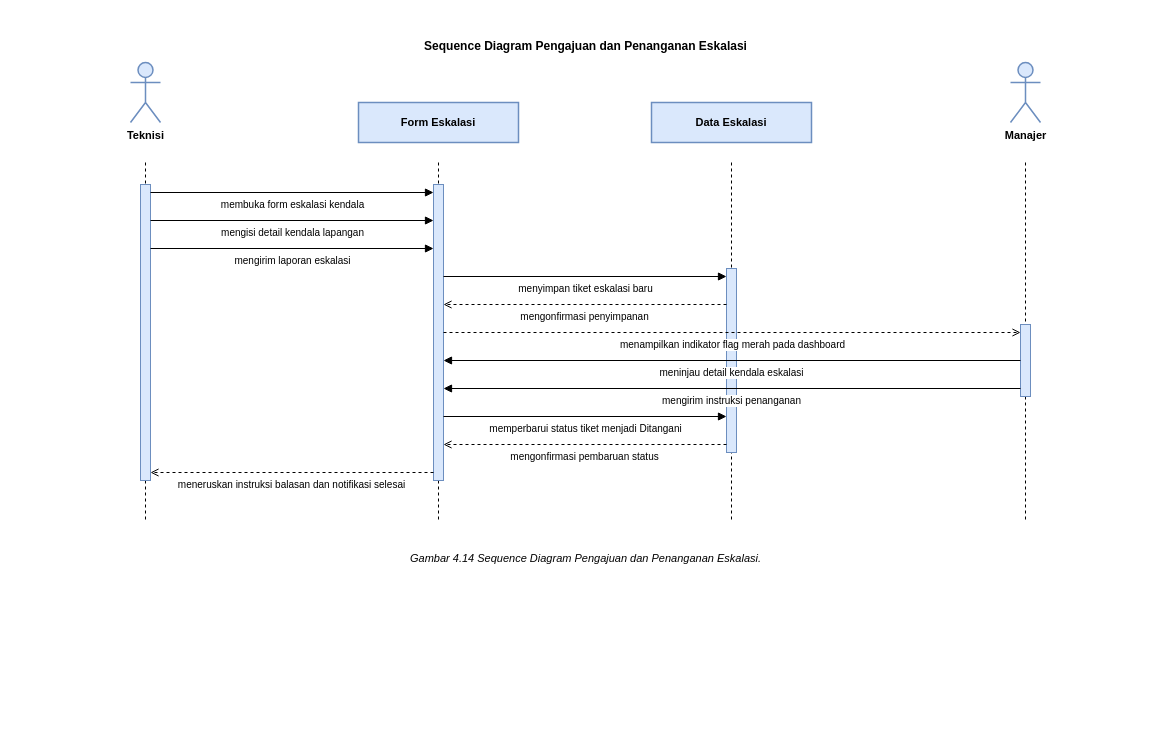
Before: diagram/ai/Sequence/SD_ESKALASI.drawio in evelleura/shi-dashboard, a draw.io diagram. Source tidied: cells renumbered, new cells numbered last; positions are measured from the earlier drawing's top-left corner, leaving out a move shared by most shapes. Both pictures are drawn from the tidied source at 100%, with x=0, y=0 at pixel (25, 32).
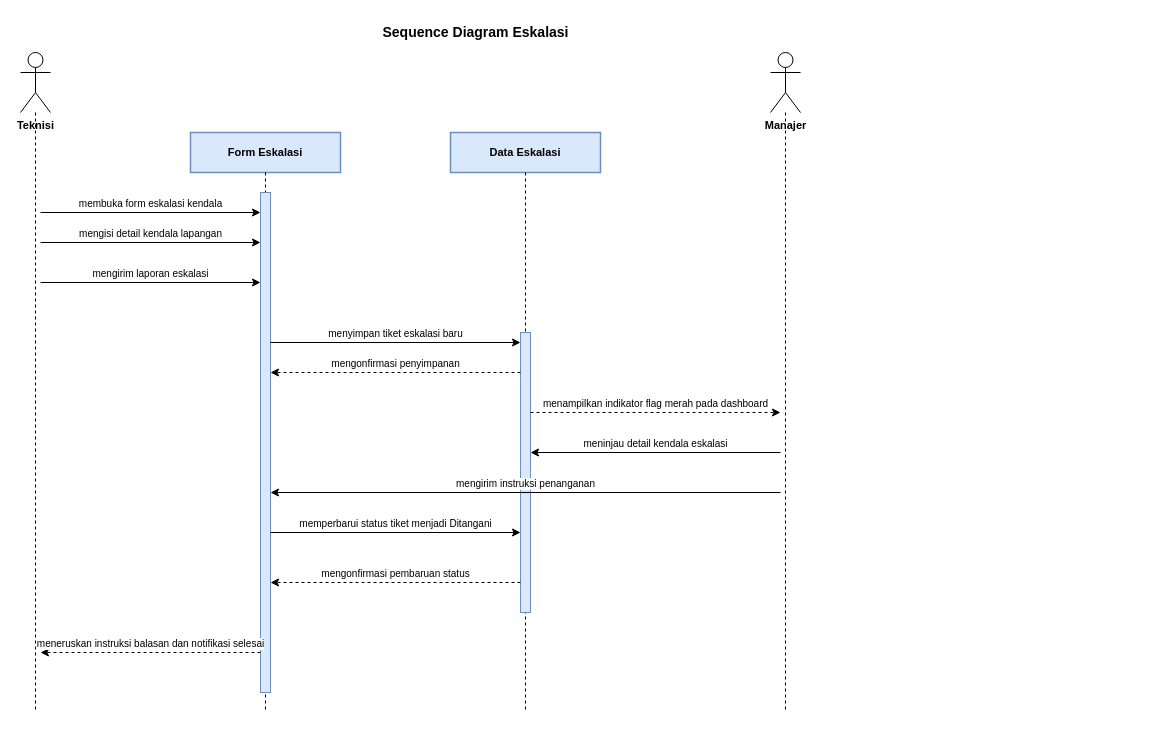
Above is the later version.

The edit, as a diff of the source:
```diff
@@
-    <mxCell id="2" value="Sequence Diagram Pengajuan dan Penanganan Eskalasi" style="text;html=1;align=center;fontSize=12;fontStyle=1;fontColor=#000000;" parent="1" vertex="1">
-      <mxGeometry width="1120" height="20" as="geometry" />
-    </mxCell>
-    <mxCell id="3" value="Teknisi" style="shape=umlActor;verticalLabelPosition=bottom;verticalAlign=top;html=1;fillColor=#DAE8FC;strokeColor=#6C8EBF;strokeWidth=1.5;fontSize=11;fontColor=#000000;fontStyle=1;" parent="1" vertex="1">
-      <mxGeometry x="105" y="30" width="30" height="60" as="geometry" />
+    <mxCell id="3" value="Teknisi" style="shape=umlActor;verticalLabelPosition=bottom;labelPosition=center;verticalAlign=top;html=1;fontSize=11;fontStyle=1;fillColor=#FFFFFF;strokeColor=#000000;" parent="1" vertex="1">
+      <mxGeometry x="-5" y="20" width="30" height="60" as="geometry" />
     </mxCell>
-    <mxCell id="4" style="endArrow=none;html=1;rounded=0;dashed=1;strokeColor=#000000;strokeWidth=1;" parent="1" edge="1">
-      <mxGeometry relative="1" as="geometry">
-        <mxPoint x="120" y="130" as="sourcePoint" />
-        <mxPoint x="120" y="488" as="targetPoint" />
-      </mxGeometry>
-    </mxCell>
-    <mxCell id="5" value="Form Eskalasi" style="rounded=0;whiteSpace=wrap;html=1;fillColor=#DAE8FC;strokeColor=#6C8EBF;strokeWidth=1.5;fontSize=11;fontColor=#000000;fontStyle=1;" parent="1" vertex="1">
-      <mxGeometry x="333" y="70" width="160" height="40" as="geometry" />
+    <mxCell id="5" value="Form Eskalasi" style="rounded=0;whiteSpace=wrap;html=1;fontSize=11;fontStyle=1;fillColor=#DAE8FC;strokeColor=#6C8EBF;strokeWidth=1.5;" parent="1" vertex="1">
+      <mxGeometry x="165" y="100" width="150" height="40" as="geometry" />
     </mxCell>
-    <mxCell id="6" style="endArrow=none;html=1;rounded=0;dashed=1;strokeColor=#000000;strokeWidth=1;" parent="1" edge="1">
-      <mxGeometry relative="1" as="geometry">
-        <mxPoint x="413" y="130" as="sourcePoint" />
-        <mxPoint x="413" y="488" as="targetPoint" />
-      </mxGeometry>
-    </mxCell>
-    <mxCell id="7" value="Data Eskalasi" style="rounded=0;whiteSpace=wrap;html=1;fillColor=#DAE8FC;strokeColor=#6C8EBF;strokeWidth=1.5;fontSize=11;fontColor=#000000;fontStyle=1;" parent="1" vertex="1">
-      <mxGeometry x="626" y="70" width="160" height="40" as="geometry" />
+    <mxCell id="7" value="Data Eskalasi" style="rounded=0;whiteSpace=wrap;html=1;fontSize=11;fontStyle=1;fillColor=#DAE8FC;strokeColor=#6C8EBF;strokeWidth=1.5;" parent="1" vertex="1">
+      <mxGeometry x="425" y="100" width="150" height="40" as="geometry" />
     </mxCell>
-    <mxCell id="8" style="endArrow=none;html=1;rounded=0;dashed=1;strokeColor=#000000;strokeWidth=1;" parent="1" edge="1">
-      <mxGeometry relative="1" as="geometry">
-        <mxPoint x="706" y="130" as="sourcePoint" />
-        <mxPoint x="706" y="488" as="targetPoint" />
-      </mxGeometry>
-    </mxCell>
-    <mxCell id="9" value="Manajer" style="shape=umlActor;verticalLabelPosition=bottom;verticalAlign=top;html=1;fillColor=#DAE8FC;strokeColor=#6C8EBF;strokeWidth=1.5;fontSize=11;fontColor=#000000;fontStyle=1;" parent="1" vertex="1">
-      <mxGeometry x="985" y="30" width="30" height="60" as="geometry" />
+    <mxCell id="9" value="Manajer" style="shape=umlActor;verticalLabelPosition=bottom;labelPosition=center;verticalAlign=top;html=1;fontSize=11;fontStyle=1;fillColor=#FFFFFF;strokeColor=#000000;" parent="1" vertex="1">
+      <mxGeometry x="745" y="20" width="30" height="60" as="geometry" />
     </mxCell>
-    <mxCell id="10" style="endArrow=none;html=1;rounded=0;dashed=1;strokeColor=#000000;strokeWidth=1;" parent="1" edge="1">
-      <mxGeometry relative="1" as="geometry">
-        <mxPoint x="1000" y="130" as="sourcePoint" />
-        <mxPoint x="1000" y="488" as="targetPoint" />
-      </mxGeometry>
-    </mxCell>
-    <mxCell id="11" style="rounded=0;whiteSpace=wrap;html=1;fillColor=#DAE8FC;strokeColor=#6C8EBF;strokeWidth=1;" parent="1" vertex="1">
-      <mxGeometry x="115" y="152" width="10" height="296" as="geometry" />
-    </mxCell>
-    <mxCell id="12" style="rounded=0;whiteSpace=wrap;html=1;fillColor=#DAE8FC;strokeColor=#6C8EBF;strokeWidth=1;" parent="1" vertex="1">
-      <mxGeometry x="408" y="152" width="10" height="296" as="geometry" />
-    </mxCell>
-    <mxCell id="13" style="rounded=0;whiteSpace=wrap;html=1;fillColor=#DAE8FC;strokeColor=#6C8EBF;strokeWidth=1;" parent="1" vertex="1">
-      <mxGeometry x="701" y="236" width="10" height="184" as="geometry" />
-    </mxCell>
-    <mxCell id="14" style="rounded=0;whiteSpace=wrap;html=1;fillColor=#DAE8FC;strokeColor=#6C8EBF;strokeWidth=1;" parent="1" vertex="1">
-      <mxGeometry x="995" y="292" width="10" height="72" as="geometry" />
-    </mxCell>
+    <mxCell id="27" style="endArrow=none;dashed=1;strokeColor=#000000;strokeWidth=1;html=1;" parent="1" edge="1">
+      <mxGeometry relative="1" as="geometry">
+        <mxPoint x="10" y="80" as="sourcePoint" />
+        <mxPoint x="10" y="680" as="targetPoint" />
+      </mxGeometry>
+    </mxCell>
+    <mxCell id="28" style="endArrow=none;dashed=1;strokeColor=#000000;strokeWidth=1;html=1;" parent="1" edge="1">
+      <mxGeometry relative="1" as="geometry">
+        <mxPoint x="240" y="140" as="sourcePoint" />
+        <mxPoint x="240" y="680" as="targetPoint" />
+      </mxGeometry>
+    </mxCell>
+    <mxCell id="29" style="endArrow=none;dashed=1;strokeColor=#000000;strokeWidth=1;html=1;" parent="1" edge="1">
+      <mxGeometry relative="1" as="geometry">
+        <mxPoint x="500" y="140" as="sourcePoint" />
+        <mxPoint x="500" y="680" as="targetPoint" />
+      </mxGeometry>
+    </mxCell>
+    <mxCell id="30" style="endArrow=none;dashed=1;strokeColor=#000000;strokeWidth=1;html=1;" parent="1" edge="1">
+      <mxGeometry relative="1" as="geometry">
+        <mxPoint x="760" y="80" as="sourcePoint" />
+        <mxPoint x="760" y="680" as="targetPoint" />
+      </mxGeometry>
+    </mxCell>
+    <mxCell id="31" style="rounded=0;whiteSpace=wrap;html=1;fillColor=#DAE8FC;strokeColor=#6C8EBF;strokeWidth=1;" parent="1" vertex="1">
+      <mxGeometry x="235" y="160" width="10" height="500" as="geometry" />
+    </mxCell>
+    <mxCell id="32" style="rounded=0;whiteSpace=wrap;html=1;fillColor=#DAE8FC;strokeColor=#6C8EBF;strokeWidth=1;" parent="1" vertex="1">
+      <mxGeometry x="495" y="300" width="10" height="280" as="geometry" />
+    </mxCell>
-    <mxCell id="15" value="membuka form eskalasi kendala" style="endArrow=block;endFill=1;html=1;rounded=0;strokeColor=#000000;strokeWidth=1;fontSize=10;fontColor=#000000;align=center;verticalAlign=top;" parent="1" edge="1">
+    <mxCell id="15" value="membuka form eskalasi kendala" style="html=1;endArrow=classic;endFill=1;strokeColor=#000000;strokeWidth=1;fontSize=10;align=center;verticalAlign=bottom;" parent="1" edge="1">
       <mxGeometry relative="1" as="geometry">
-        <mxPoint x="125" y="160" as="sourcePoint" />
-        <mxPoint x="408" y="160" as="targetPoint" />
+        <mxPoint x="15" y="180" as="sourcePoint" />
+        <mxPoint x="235" y="180" as="targetPoint" />
       </mxGeometry>
     </mxCell>
-    <mxCell id="16" value="mengisi detail kendala lapangan" style="endArrow=block;endFill=1;html=1;rounded=0;strokeColor=#000000;strokeWidth=1;fontSize=10;fontColor=#000000;align=center;verticalAlign=top;" parent="1" edge="1">
+    <mxCell id="16" value="mengisi detail kendala lapangan" style="html=1;endArrow=classic;endFill=1;strokeColor=#000000;strokeWidth=1;fontSize=10;align=center;verticalAlign=bottom;" parent="1" edge="1">
       <mxGeometry relative="1" as="geometry">
-        <mxPoint x="125" y="188" as="sourcePoint" />
-        <mxPoint x="408" y="188" as="targetPoint" />
+        <mxPoint x="15" y="210" as="sourcePoint" />
+        <mxPoint x="235" y="210" as="targetPoint" />
       </mxGeometry>
     </mxCell>
-    <mxCell id="17" value="mengirim laporan eskalasi" style="endArrow=block;endFill=1;html=1;rounded=0;strokeColor=#000000;strokeWidth=1;fontSize=10;fontColor=#000000;align=center;verticalAlign=top;" parent="1" edge="1">
+    <mxCell id="17" value="mengirim laporan eskalasi" style="html=1;endArrow=classic;endFill=1;strokeColor=#000000;strokeWidth=1;fontSize=10;align=center;verticalAlign=bottom;" parent="1" edge="1">
       <mxGeometry relative="1" as="geometry">
-        <mxPoint x="125" y="216" as="sourcePoint" />
-        <mxPoint x="408" y="216" as="targetPoint" />
+        <mxPoint x="15" y="250" as="sourcePoint" />
+        <mxPoint x="235" y="250" as="targetPoint" />
       </mxGeometry>
     </mxCell>
-    <mxCell id="18" value="menyimpan tiket eskalasi baru" style="endArrow=block;endFill=1;html=1;rounded=0;strokeColor=#000000;strokeWidth=1;fontSize=10;fontColor=#000000;align=center;verticalAlign=top;" parent="1" edge="1">
+    <mxCell id="18" value="menyimpan tiket eskalasi baru" style="html=1;endArrow=classic;endFill=1;strokeColor=#000000;strokeWidth=1;fontSize=10;align=center;verticalAlign=bottom;" parent="1" edge="1">
       <mxGeometry relative="1" as="geometry">
-        <mxPoint x="418" y="244" as="sourcePoint" />
-        <mxPoint x="701" y="244" as="targetPoint" />
+        <mxPoint x="245" y="310" as="sourcePoint" />
+        <mxPoint x="495" y="310" as="targetPoint" />
       </mxGeometry>
     </mxCell>
-    <mxCell id="19" value="mengonfirmasi penyimpanan" style="endArrow=open;endFill=0;html=1;rounded=0;dashed=1;strokeColor=#000000;strokeWidth=1;fontSize=10;fontColor=#000000;align=center;verticalAlign=top;" parent="1" edge="1">
+    <mxCell id="19" value="mengonfirmasi penyimpanan" style="html=1;endArrow=classic;endFill=1;strokeColor=#000000;strokeWidth=1;dashed=1;fontSize=10;align=center;verticalAlign=bottom;" parent="1" edge="1">
       <mxGeometry relative="1" as="geometry">
-        <mxPoint x="701" y="272" as="sourcePoint" />
-        <mxPoint x="418" y="272" as="targetPoint" />
+        <mxPoint x="495" y="340" as="sourcePoint" />
+        <mxPoint x="245" y="340" as="targetPoint" />
       </mxGeometry>
     </mxCell>
-    <mxCell id="20" value="menampilkan indikator flag merah pada dashboard" style="endArrow=open;endFill=0;html=1;rounded=0;dashed=1;strokeColor=#000000;strokeWidth=1;fontSize=10;fontColor=#000000;align=center;verticalAlign=top;" parent="1" edge="1">
+    <mxCell id="20" value="menampilkan indikator flag merah pada dashboard" style="html=1;endArrow=classic;endFill=1;strokeColor=#000000;strokeWidth=1;dashed=1;fontSize=10;align=center;verticalAlign=bottom;" parent="1" edge="1">
       <mxGeometry relative="1" as="geometry">
-        <mxPoint x="418" y="300" as="sourcePoint" />
-        <mxPoint x="995" y="300" as="targetPoint" />
+        <mxPoint x="505" y="380" as="sourcePoint" />
+        <mxPoint x="755" y="380" as="targetPoint" />
       </mxGeometry>
     </mxCell>
-    <mxCell id="21" value="meninjau detail kendala eskalasi" style="endArrow=block;endFill=1;html=1;rounded=0;strokeColor=#000000;strokeWidth=1;fontSize=10;fontColor=#000000;align=center;verticalAlign=top;" parent="1" edge="1">
+    <mxCell id="21" value="meninjau detail kendala eskalasi" style="html=1;endArrow=classic;endFill=1;strokeColor=#000000;strokeWidth=1;fontSize=10;align=center;verticalAlign=bottom;" parent="1" edge="1">
       <mxGeometry relative="1" as="geometry">
-        <mxPoint x="995" y="328" as="sourcePoint" />
-        <mxPoint x="418" y="328" as="targetPoint" />
+        <mxPoint x="755" y="420" as="sourcePoint" />
+        <mxPoint x="505" y="420" as="targetPoint" />
       </mxGeometry>
     </mxCell>
-    <mxCell id="22" value="mengirim instruksi penanganan" style="endArrow=block;endFill=1;html=1;rounded=0;strokeColor=#000000;strokeWidth=1;fontSize=10;fontColor=#000000;align=center;verticalAlign=top;" parent="1" edge="1">
+    <mxCell id="22" value="mengirim instruksi penanganan" style="html=1;endArrow=classic;endFill=1;strokeColor=#000000;strokeWidth=1;fontSize=10;align=center;verticalAlign=bottom;" parent="1" edge="1">
       <mxGeometry relative="1" as="geometry">
-        <mxPoint x="995" y="356" as="sourcePoint" />
-        <mxPoint x="418" y="356" as="targetPoint" />
+        <mxPoint x="755" y="460" as="sourcePoint" />
+        <mxPoint x="245" y="460" as="targetPoint" />
       </mxGeometry>
     </mxCell>
-    <mxCell id="23" value="memperbarui status tiket menjadi Ditangani" style="endArrow=block;endFill=1;html=1;rounded=0;strokeColor=#000000;strokeWidth=1;fontSize=10;fontColor=#000000;align=center;verticalAlign=top;" parent="1" edge="1">
+    <mxCell id="23" value="memperbarui status tiket menjadi Ditangani" style="html=1;endArrow=classic;endFill=1;strokeColor=#000000;strokeWidth=1;fontSize=10;align=center;verticalAlign=bottom;" parent="1" edge="1">
       <mxGeometry relative="1" as="geometry">
-        <mxPoint x="418" y="384" as="sourcePoint" />
-        <mxPoint x="701" y="384" as="targetPoint" />
+        <mxPoint x="245" y="500" as="sourcePoint" />
+        <mxPoint x="495" y="500" as="targetPoint" />
       </mxGeometry>
     </mxCell>
-    <mxCell id="24" value="mengonfirmasi pembaruan status" style="endArrow=open;endFill=0;html=1;rounded=0;dashed=1;strokeColor=#000000;strokeWidth=1;fontSize=10;fontColor=#000000;align=center;verticalAlign=top;" parent="1" edge="1">
+    <mxCell id="24" value="mengonfirmasi pembaruan status" style="html=1;endArrow=classic;endFill=1;strokeColor=#000000;strokeWidth=1;dashed=1;fontSize=10;align=center;verticalAlign=bottom;" parent="1" edge="1">
       <mxGeometry relative="1" as="geometry">
-        <mxPoint x="701" y="412" as="sourcePoint" />
-        <mxPoint x="418" y="412" as="targetPoint" />
+        <mxPoint x="495" y="550" as="sourcePoint" />
+        <mxPoint x="245" y="550" as="targetPoint" />
       </mxGeometry>
     </mxCell>
-    <mxCell id="25" value="meneruskan instruksi balasan dan notifikasi selesai" style="endArrow=open;endFill=0;html=1;rounded=0;dashed=1;strokeColor=#000000;strokeWidth=1;fontSize=10;fontColor=#000000;align=center;verticalAlign=top;" parent="1" edge="1">
+    <mxCell id="25" value="meneruskan instruksi balasan dan notifikasi selesai" style="html=1;endArrow=classic;endFill=1;strokeColor=#000000;strokeWidth=1;dashed=1;fontSize=10;align=center;verticalAlign=bottom;" parent="1" edge="1">
       <mxGeometry relative="1" as="geometry">
-        <mxPoint x="408" y="440" as="sourcePoint" />
-        <mxPoint x="125" y="440" as="targetPoint" />
+        <mxPoint x="235" y="620" as="sourcePoint" />
+        <mxPoint x="15" y="620" as="targetPoint" />
       </mxGeometry>
     </mxCell>
-    <mxCell id="26" value="Gambar 4.14 Sequence Diagram Pengajuan dan Penanganan Eskalasi." style="text;html=1;align=center;fontSize=11;fontStyle=2;fontColor=#000000;" parent="1" vertex="1">
-      <mxGeometry y="513" width="1120" height="20" as="geometry" />
-    </mxCell>
+    <mxCell id="2" value="Sequence Diagram Eskalasi" style="text;html=1;align=center;verticalAlign=middle;fontSize=14;fontStyle=1;" parent="1" vertex="1">
+      <mxGeometry x="200" y="-15" width="500" height="30" as="geometry" />
+    </mxCell>
```
